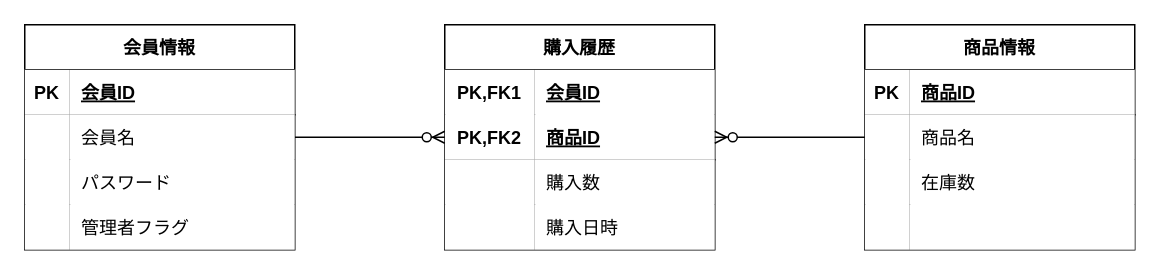
Earlier version of the draw.io diagram experiment/通販システム/ER図/ER図.dio (oomamasaru/practice). Source tidied: cells renumbered, new cells numbered last; positions are measured from the earlier drawing's top-left corner, leaving out a move shared by most shapes. Both pictures are drawn from the tidied source at 150%, with x=0, y=0 at pixel (24, 24).
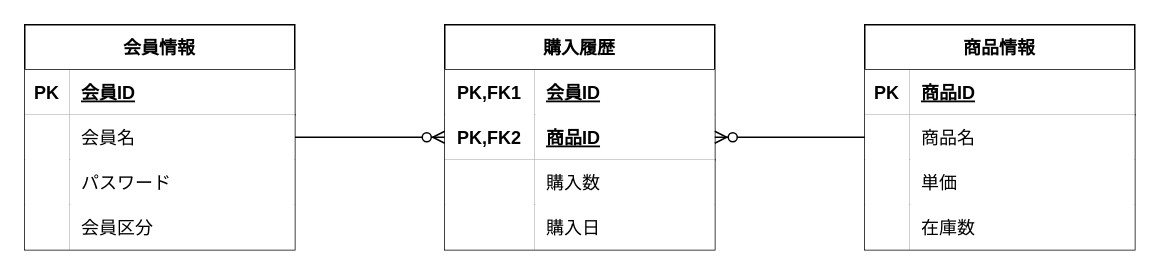
Above is the later version.

The change refers to these unchanged cells:
```xml
<mxCell id="12" style="shape=tableRow;horizontal=0;startSize=0;swimlaneHead=0;swimlaneBody=0;fillColor=none;top=0;left=0;right=0;bottom=0;fontColor=#000000;" parent="2" vertex="1">
  <mxGeometry y="120" width="180" height="30" as="geometry" />
</mxCell>
<mxCell id="22" style="shape=tableRow;horizontal=0;startSize=0;swimlaneHead=0;swimlaneBody=0;fillColor=none;top=0;left=0;right=0;bottom=0;" parent="15" vertex="1">
  <mxGeometry y="90" width="180" height="30" as="geometry" />
</mxCell>
<mxCell id="25" style="shape=tableRow;horizontal=0;startSize=0;swimlaneHead=0;swimlaneBody=0;fillColor=none;top=0;left=0;right=0;bottom=0;" parent="15" vertex="1">
  <mxGeometry y="120" width="180" height="30" as="geometry" />
</mxCell>
<mxCell id="40" style="shape=tableRow;horizontal=0;startSize=0;swimlaneHead=0;swimlaneBody=0;fillColor=none;top=0;left=0;right=0;bottom=0;" parent="30" vertex="1">
  <mxGeometry y="120" width="180" height="30" as="geometry" />
</mxCell>
```

Change to the diagram source:
```diff
@@
-    <mxCell id="14" value="購入日時" style="shape=partialRectangle;fillColor=#FFFFFF;top=0;left=0;bottom=0;right=0;align=left;spacingLeft=6;overflow=hidden;fontColor=#000000;" parent="12" vertex="1">
+    <mxCell id="14" value="購入日" style="shape=partialRectangle;fillColor=#FFFFFF;top=0;left=0;bottom=0;right=0;align=left;spacingLeft=6;overflow=hidden;fontColor=#000000;" parent="12" vertex="1">
       <mxGeometry x="60" width="120" height="30" as="geometry" />
     </mxCell>
@@
-    <mxCell id="24" value="在庫数" style="shape=partialRectangle;fillColor=#FFFFFF;top=0;left=0;bottom=0;right=0;align=left;spacingLeft=6;overflow=hidden;fontColor=#000000;" parent="22" vertex="1">
+    <mxCell id="24" value="単価" style="shape=partialRectangle;fillColor=#FFFFFF;top=0;left=0;bottom=0;right=0;align=left;spacingLeft=6;overflow=hidden;fontColor=#000000;" parent="22" vertex="1">
       <mxGeometry x="30" width="150" height="30" as="geometry" />
     </mxCell>
@@
-    <mxCell id="27" style="shape=partialRectangle;fillColor=#FFFFFF;top=0;left=0;bottom=0;right=0;align=left;spacingLeft=6;overflow=hidden;fontColor=#000000;" parent="25" vertex="1">
+    <mxCell id="27" value="在庫数" style="shape=partialRectangle;fillColor=#FFFFFF;top=0;left=0;bottom=0;right=0;align=left;spacingLeft=6;overflow=hidden;fontColor=#000000;" parent="25" vertex="1">
       <mxGeometry x="30" width="150" height="30" as="geometry" />
     </mxCell>
@@
-    <mxCell id="42" value="管理者フラグ" style="shape=partialRectangle;fillColor=#FFFFFF;top=0;left=0;bottom=0;right=0;align=left;spacingLeft=6;overflow=hidden;fontColor=#000000;" parent="40" vertex="1">
+    <mxCell id="42" value="会員区分" style="shape=partialRectangle;fillColor=#FFFFFF;top=0;left=0;bottom=0;right=0;align=left;spacingLeft=6;overflow=hidden;fontColor=#000000;" parent="40" vertex="1">
       <mxGeometry x="30" width="150" height="30" as="geometry" />
     </mxCell>
```
